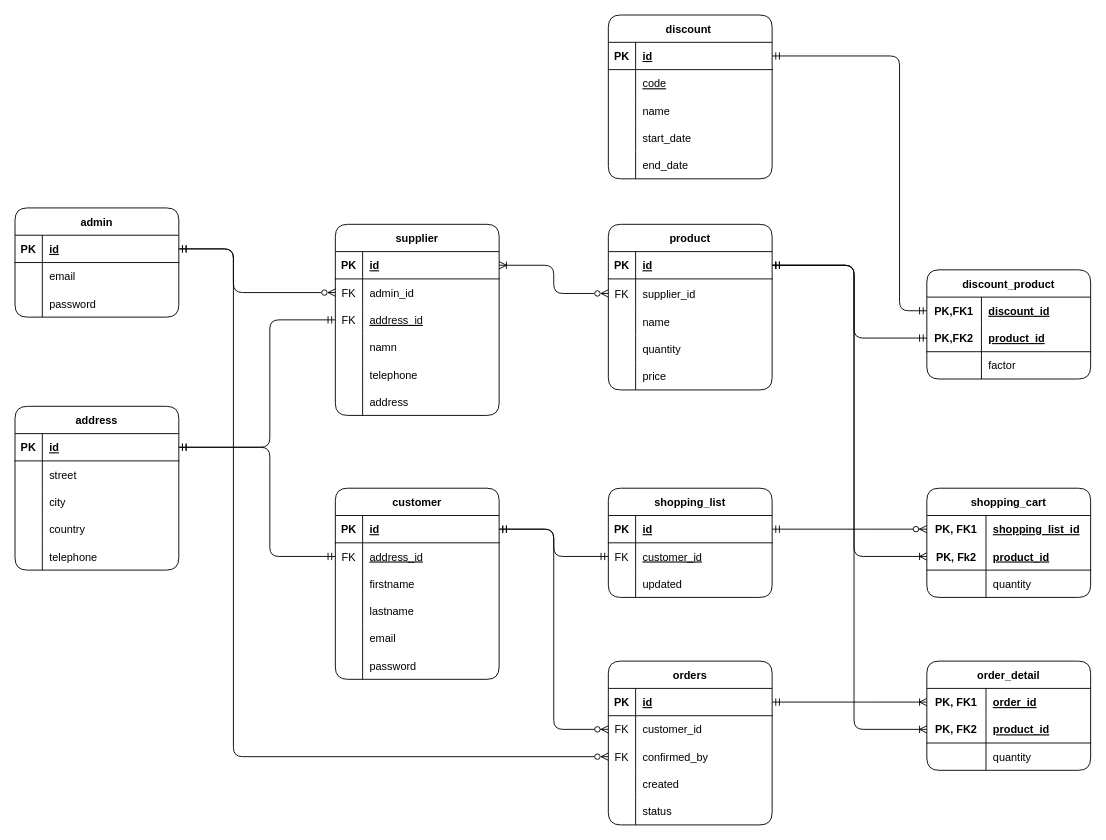
mnerv/log_horizon_scrub keeps this draw.io diagram as project/res/online_store.drawio. Above is the earlier version. Source tidied: cells renumbered, new cells numbered last; positions are measured from the earlier drawing's top-left corner, leaving out a move shared by most shapes. Both pictures are drawn from the tidied source at 91%, with x=0, y=0 at pixel (15, 15).
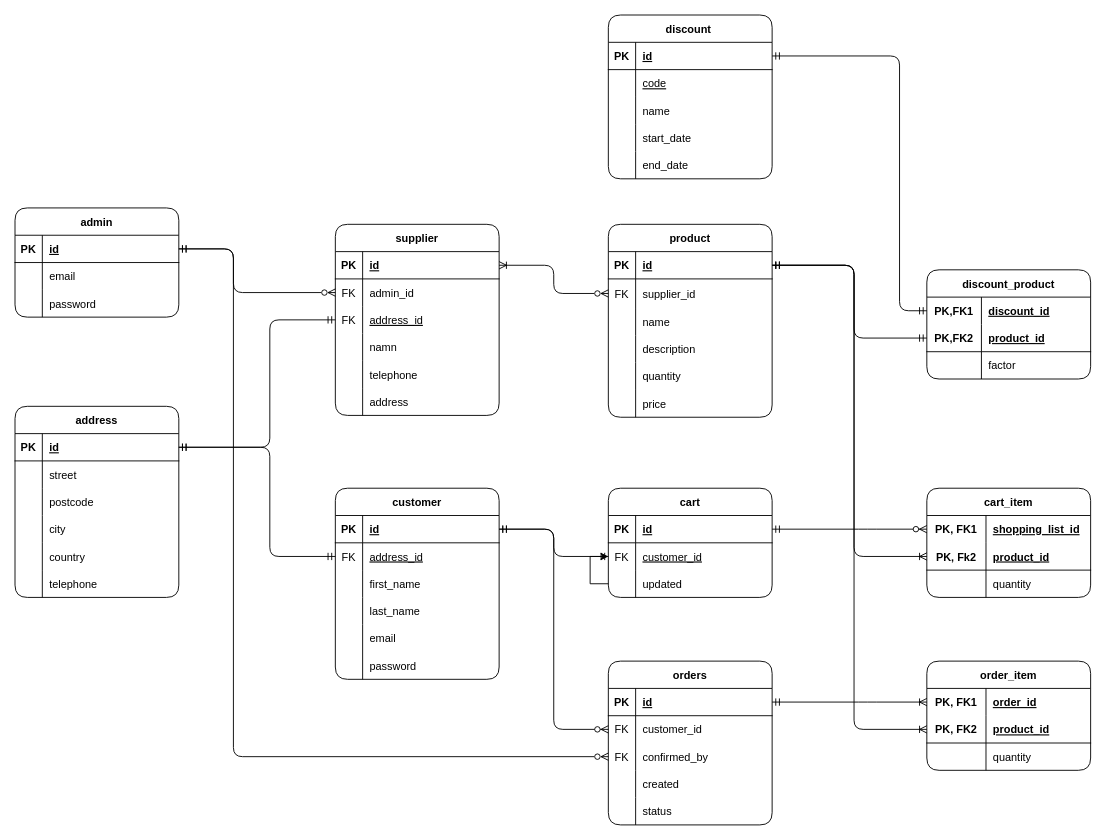
After the change.

Commit message:
project: Sync table diagrams with SQL

Unchanged cells that the change refers to:
```xml
<mxCell id="9" style="shape=tableRow;horizontal=0;startSize=0;swimlaneHead=0;swimlaneBody=0;fillColor=none;top=0;left=0;right=0;bottom=0;" parent="2" vertex="1">
  <mxGeometry y="90" width="180" height="30" as="geometry" />
</mxCell>
<mxCell id="12" style="shape=tableRow;horizontal=0;startSize=0;swimlaneHead=0;swimlaneBody=0;fillColor=none;top=0;left=0;right=0;bottom=0;" parent="2" vertex="1">
  <mxGeometry y="120" width="180" height="30" as="geometry" />
</mxCell>
<mxCell id="25" style="shape=tableRow;horizontal=0;startSize=0;swimlaneHead=0;swimlaneBody=0;fillColor=none;points=[[0,0.5],[1,0.5]];portConstraint=eastwest;top=0;left=0;right=0;bottom=0;" parent="21" vertex="1">
  <mxGeometry y="60" width="180" height="30" as="geometry" />
</mxCell>
<mxCell id="28" style="shape=tableRow;horizontal=0;startSize=0;swimlaneHead=0;swimlaneBody=0;fillColor=none;points=[[0,0.5],[1,0.5]];portConstraint=eastwest;top=0;left=0;right=0;bottom=0;" parent="21" vertex="1">
  <mxGeometry y="90" width="180" height="30" as="geometry" />
</mxCell>
```

The edit, as a diff of the source:
```diff
@@
-    <mxCell id="11" value="firstname" style="shape=partialRectangle;fillColor=none;top=0;left=0;bottom=0;right=0;align=left;spacingLeft=6;overflow=hidden;" parent="9" vertex="1">
+    <mxCell id="11" value="first_name" style="shape=partialRectangle;fillColor=none;top=0;left=0;bottom=0;right=0;align=left;spacingLeft=6;overflow=hidden;" parent="9" vertex="1">
       <mxGeometry x="30" width="150" height="30" as="geometry" />
     </mxCell>
@@
-    <mxCell id="14" value="lastname" style="shape=partialRectangle;fillColor=none;top=0;left=0;bottom=0;right=0;align=left;spacingLeft=6;overflow=hidden;" parent="12" vertex="1">
+    <mxCell id="14" value="last_name" style="shape=partialRectangle;fillColor=none;top=0;left=0;bottom=0;right=0;align=left;spacingLeft=6;overflow=hidden;" parent="12" vertex="1">
       <mxGeometry x="30" width="150" height="30" as="geometry" />
     </mxCell>
@@
-    <mxCell id="21" value="shopping_list" style="shape=table;startSize=30;childLayout=tableLayout;rowLines=0;fontStyle=1;align=center;rounded=1;" parent="1" vertex="1">
+    <mxCell id="21" value="cart" style="shape=table;startSize=30;childLayout=tableLayout;rowLines=0;fontStyle=1;align=center;rounded=1;" parent="1" vertex="1">
       <mxGeometry x="652" y="520" width="180" height="120" as="geometry" />
     </mxCell>
@@
+    <mxCell id="167" style="edgeStyle=orthogonalEdgeStyle;rounded=0;jettySize=auto;html=1;" parent="21" edge="1" source="28" target="25">
+      <mxGeometry relative="1" as="geometry" />
+    </mxCell>
@@
-    <mxCell id="31" value="shopping_cart" style="shape=table;startSize=30;childLayout=tableLayout;rowLines=0;fontStyle=1;align=center;rounded=1;" parent="1" vertex="1">
+    <mxCell id="31" value="cart_item" style="shape=table;startSize=30;childLayout=tableLayout;rowLines=0;fontStyle=1;align=center;rounded=1;" parent="1" vertex="1">
       <mxGeometry x="1002" y="520" width="180" height="120" as="geometry" />
     </mxCell>
@@
-    <mxCell id="59" value="order_detail" style="shape=table;startSize=30;childLayout=tableLayout;rowLines=0;fontStyle=1;align=center;rounded=1;" parent="1" vertex="1">
+    <mxCell id="59" value="order_item" style="shape=table;startSize=30;childLayout=tableLayout;rowLines=0;fontStyle=1;align=center;rounded=1;" parent="1" vertex="1">
       <mxGeometry x="1002" y="710" width="180" height="120" as="geometry" />
     </mxCell>
@@
     <mxCell id="71" value="product" style="shape=table;startSize=30;childLayout=tableLayout;rowLines=0;fontStyle=1;align=center;rounded=1;" parent="1" vertex="1">
-      <mxGeometry x="652" y="230" width="180" height="182" as="geometry" />
+      <mxGeometry x="652" y="230" width="180" height="212" as="geometry" />
     </mxCell>
@@
+    <mxCell id="168" style="shape=tableRow;horizontal=0;startSize=0;swimlaneHead=0;swimlaneBody=0;fillColor=none;top=0;left=0;right=0;bottom=0;" parent="71" vertex="1">
+      <mxGeometry y="122" width="180" height="30" as="geometry" />
+    </mxCell>
+    <mxCell id="169" style="shape=partialRectangle;fillColor=none;top=0;left=0;bottom=0;right=0;overflow=hidden;" parent="168" vertex="1">
+      <mxGeometry width="30" height="30" as="geometry" />
+    </mxCell>
+    <mxCell id="170" value="description" style="shape=partialRectangle;fillColor=none;top=0;left=0;bottom=0;right=0;align=left;spacingLeft=6;overflow=hidden;" parent="168" vertex="1">
+      <mxGeometry x="30" width="150" height="30" as="geometry" />
+    </mxCell>
     <mxCell id="81" style="shape=tableRow;horizontal=0;startSize=0;swimlaneHead=0;swimlaneBody=0;fillColor=none;top=0;left=0;right=0;bottom=0;" parent="71" vertex="1">
-      <mxGeometry y="122" width="180" height="30" as="geometry" />
+      <mxGeometry y="152" width="180" height="30" as="geometry" />
     </mxCell>
@@
     <mxCell id="84" style="shape=tableRow;horizontal=0;startSize=0;swimlaneHead=0;swimlaneBody=0;fillColor=none;top=0;left=0;right=0;bottom=0;" parent="71" vertex="1">
-      <mxGeometry y="152" width="180" height="30" as="geometry" />
+      <mxGeometry y="182" width="180" height="30" as="geometry" />
     </mxCell>
@@
     <mxCell id="109" value="address" style="shape=table;startSize=30;childLayout=tableLayout;rowLines=0;fontStyle=1;align=center;rounded=1;" parent="1" vertex="1">
-      <mxGeometry y="430" width="180" height="180" as="geometry" />
+      <mxGeometry y="430" width="180" height="210" as="geometry" />
     </mxCell>
@@
+    <mxCell id="171" style="shape=tableRow;horizontal=0;startSize=0;swimlaneHead=0;swimlaneBody=0;fillColor=none;top=0;left=0;right=0;bottom=0;" parent="109" vertex="1">
+      <mxGeometry y="90" width="180" height="30" as="geometry" />
+    </mxCell>
+    <mxCell id="172" style="shape=partialRectangle;fillColor=none;top=0;left=0;bottom=0;right=0;overflow=hidden;" parent="171" vertex="1">
+      <mxGeometry width="30" height="30" as="geometry" />
+    </mxCell>
+    <mxCell id="173" value="postcode" style="shape=partialRectangle;fillColor=none;top=0;left=0;bottom=0;right=0;align=left;spacingLeft=6;overflow=hidden;" parent="171" vertex="1">
+      <mxGeometry x="30" width="150" height="30" as="geometry" />
+    </mxCell>
     <mxCell id="116" style="shape=tableRow;horizontal=0;startSize=0;swimlaneHead=0;swimlaneBody=0;fillColor=none;top=0;left=0;right=0;bottom=0;" parent="109" vertex="1">
-      <mxGeometry y="90" width="180" height="30" as="geometry" />
+      <mxGeometry y="120" width="180" height="30" as="geometry" />
     </mxCell>
@@
     <mxCell id="119" style="shape=tableRow;horizontal=0;startSize=0;swimlaneHead=0;swimlaneBody=0;fillColor=none;top=0;left=0;right=0;bottom=0;" parent="109" vertex="1">
-      <mxGeometry y="120" width="180" height="30" as="geometry" />
+      <mxGeometry y="150" width="180" height="30" as="geometry" />
     </mxCell>
@@
     <mxCell id="122" style="shape=tableRow;horizontal=0;startSize=0;swimlaneHead=0;swimlaneBody=0;fillColor=none;top=0;left=0;right=0;bottom=0;" parent="109" vertex="1">
-      <mxGeometry y="150" width="180" height="30" as="geometry" />
+      <mxGeometry y="180" width="180" height="30" as="geometry" />
     </mxCell>
```
